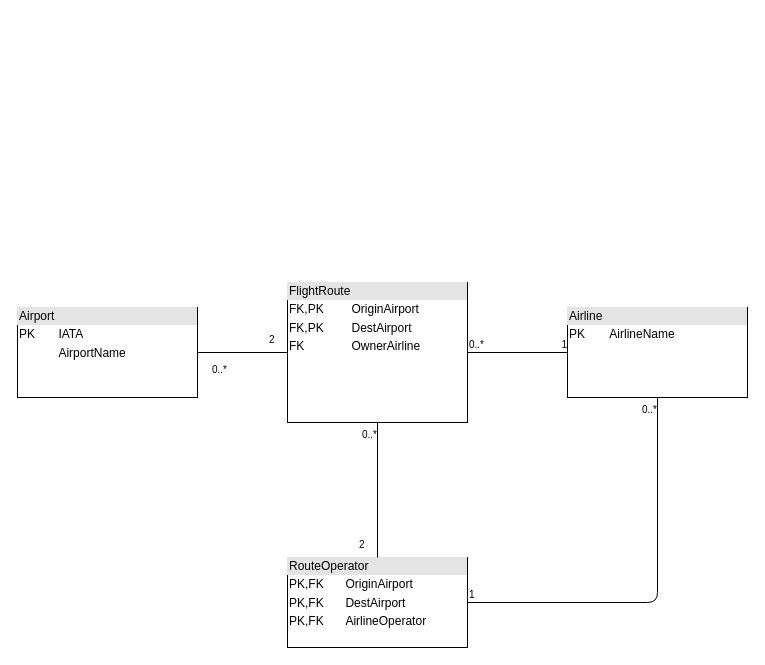
Earlier version of the draw.io diagram CopenhagenAirport.drawio (mart610k/CopenhagenAirport). Source tidied: cells renumbered, new cells numbered last; positions are measured from the earlier drawing's top-left corner, leaving out a move shared by most shapes. Both pictures are drawn from the tidied source at 100%, with x=0, y=0 at pixel (17, 282).
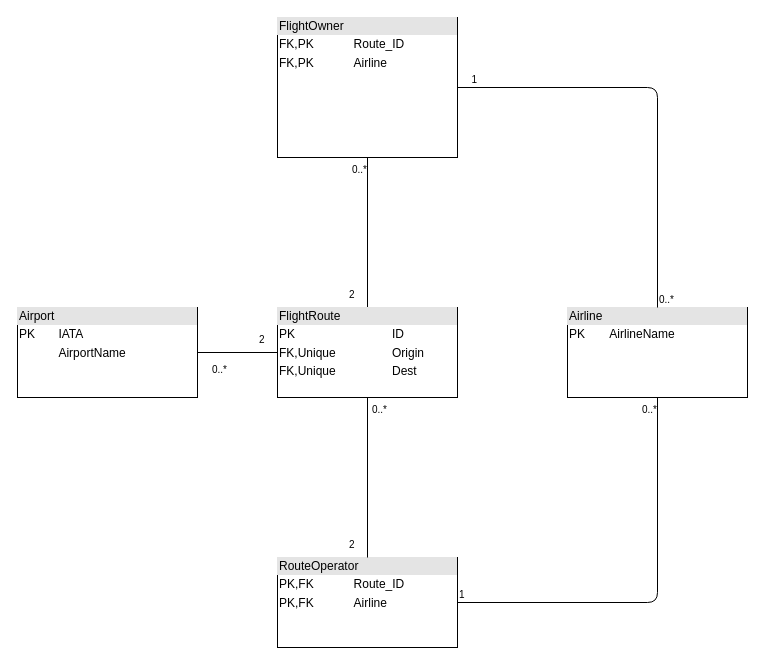
Above is the later version.

Commit message:
Updated Diagram for Database

The change refers to these unchanged cells:
```xml
<mxCell id="2" value="&lt;div style=&quot;box-sizing: border-box ; width: 100% ; background: #e4e4e4 ; padding: 2px&quot;&gt;Airport&lt;/div&gt;&lt;table style=&quot;width: 100% ; font-size: 1em&quot; cellpadding=&quot;2&quot; cellspacing=&quot;0&quot;&gt;&lt;tbody&gt;&lt;tr&gt;&lt;td&gt;PK&lt;/td&gt;&lt;td&gt;IATA&lt;/td&gt;&lt;/tr&gt;&lt;tr&gt;&lt;td&gt;&lt;/td&gt;&lt;td&gt;AirportName&lt;/td&gt;&lt;/tr&gt;&lt;/tbody&gt;&lt;/table&gt;" style="verticalAlign=top;align=left;overflow=fill;html=1;" parent="1" vertex="1">
  <mxGeometry y="25" width="180" height="90" as="geometry" />
</mxCell>
<mxCell id="3" value="&lt;div style=&quot;box-sizing: border-box ; width: 100% ; background: #e4e4e4 ; padding: 2px&quot;&gt;Airline&lt;/div&gt;&lt;table style=&quot;width: 100% ; font-size: 1em&quot; cellpadding=&quot;2&quot; cellspacing=&quot;0&quot;&gt;&lt;tbody&gt;&lt;tr&gt;&lt;td&gt;PK&lt;/td&gt;&lt;td&gt;AirlineName&lt;/td&gt;&lt;/tr&gt;&lt;/tbody&gt;&lt;/table&gt;" style="verticalAlign=top;align=left;overflow=fill;html=1;" parent="1" vertex="1">
  <mxGeometry x="550" y="25" width="180" height="90" as="geometry" />
</mxCell>
```

Change to the diagram source:
```diff
@@
-    <mxCell id="4" value="&lt;div style=&quot;box-sizing: border-box ; width: 100% ; background: #e4e4e4 ; padding: 2px&quot;&gt;FlightRoute&lt;/div&gt;&lt;table style=&quot;width: 100% ; font-size: 1em&quot; cellpadding=&quot;2&quot; cellspacing=&quot;0&quot;&gt;&lt;tbody&gt;&lt;tr&gt;&lt;td&gt;FK,PK&lt;/td&gt;&lt;td&gt;OriginAirport&lt;/td&gt;&lt;/tr&gt;&lt;tr&gt;&lt;td&gt;FK,PK&lt;/td&gt;&lt;td&gt;DestAirport&lt;/td&gt;&lt;/tr&gt;&lt;tr&gt;&lt;td&gt;FK&lt;/td&gt;&lt;td&gt;OwnerAirline&lt;/td&gt;&lt;/tr&gt;&lt;/tbody&gt;&lt;/table&gt;" style="verticalAlign=top;align=left;overflow=fill;html=1;" parent="1" vertex="1">
-      <mxGeometry x="270" width="180" height="140" as="geometry" />
+    <mxCell id="4" value="&lt;div style=&quot;box-sizing: border-box ; width: 100% ; background: #e4e4e4 ; padding: 2px&quot;&gt;FlightOwner&lt;/div&gt;&lt;table style=&quot;width: 100% ; font-size: 1em&quot; cellpadding=&quot;2&quot; cellspacing=&quot;0&quot;&gt;&lt;tbody&gt;&lt;tr&gt;&lt;td&gt;FK,PK&lt;/td&gt;&lt;td&gt;Route_ID&lt;/td&gt;&lt;/tr&gt;&lt;tr&gt;&lt;td&gt;FK,PK&lt;/td&gt;&lt;td&gt;Airline&lt;/td&gt;&lt;/tr&gt;&lt;/tbody&gt;&lt;/table&gt;" style="verticalAlign=top;align=left;overflow=fill;html=1;" parent="1" vertex="1">
+      <mxGeometry x="260" y="-265" width="180" height="140" as="geometry" />
     </mxCell>
-    <mxCell id="5" style="endArrow=none;html=1;edgeStyle=orthogonalEdgeStyle;entryX=0;entryY=0.5;entryDx=0;entryDy=0;exitX=1;exitY=0.5;exitDx=0;exitDy=0;" parent="1" edge="1" source="4" target="3">
+    <mxCell id="5" style="endArrow=none;html=1;edgeStyle=orthogonalEdgeStyle;entryX=0.5;entryY=0;entryDx=0;entryDy=0;exitX=1;exitY=0.5;exitDx=0;exitDy=0;" parent="1" edge="1" source="4" target="3">
       <mxGeometry relative="1" as="geometry" />
     </mxCell>
     <mxCell id="6" value="0..*" style="html=1;align=left;verticalAlign=bottom;labelBackgroundColor=#ffffff;fontSize=10;" parent="5" vertex="1">
-      <mxGeometry x="-1" relative="1" as="geometry" />
+      <mxGeometry x="-1" relative="1" as="geometry">
+        <mxPoint x="200" y="220" as="offset" />
+      </mxGeometry>
     </mxCell>
     <mxCell id="7" value="1" style="html=1;align=right;verticalAlign=bottom;labelBackgroundColor=#ffffff;fontSize=10;" parent="5" vertex="1">
-      <mxGeometry x="1" relative="1" as="geometry" />
+      <mxGeometry x="1" relative="1" as="geometry">
+        <mxPoint x="-180" y="-220" as="offset" />
+      </mxGeometry>
     </mxCell>
-    <mxCell id="8" value="&lt;div style=&quot;box-sizing: border-box ; width: 100% ; background: #e4e4e4 ; padding: 2px&quot;&gt;RouteOperator&lt;/div&gt;&lt;table style=&quot;width: 100% ; font-size: 1em&quot; cellpadding=&quot;2&quot; cellspacing=&quot;0&quot;&gt;&lt;tbody&gt;&lt;tr&gt;&lt;td&gt;PK,FK&lt;/td&gt;&lt;td&gt;OriginAirport&lt;/td&gt;&lt;/tr&gt;&lt;tr&gt;&lt;td&gt;PK,FK&lt;/td&gt;&lt;td&gt;DestAirport&lt;/td&gt;&lt;/tr&gt;&lt;tr&gt;&lt;td&gt;PK,FK&lt;/td&gt;&lt;td&gt;AirlineOperator&lt;br&gt;&lt;/td&gt;&lt;/tr&gt;&lt;/tbody&gt;&lt;/table&gt;" style="verticalAlign=top;align=left;overflow=fill;html=1;" parent="1" vertex="1">
-      <mxGeometry x="270" y="275" width="180" height="90" as="geometry" />
+    <mxCell id="8" value="&lt;div style=&quot;box-sizing: border-box ; width: 100% ; background: #e4e4e4 ; padding: 2px&quot;&gt;RouteOperator&lt;/div&gt;&lt;table style=&quot;width: 100% ; font-size: 1em&quot; cellpadding=&quot;2&quot; cellspacing=&quot;0&quot;&gt;&lt;tbody&gt;&lt;tr&gt;&lt;td&gt;PK,FK&lt;/td&gt;&lt;td&gt;Route_ID&lt;/td&gt;&lt;/tr&gt;&lt;tr&gt;&lt;td&gt;PK,FK&lt;/td&gt;&lt;td&gt;Airline&lt;/td&gt;&lt;/tr&gt;&lt;/tbody&gt;&lt;/table&gt;" style="verticalAlign=top;align=left;overflow=fill;html=1;" parent="1" vertex="1">
+      <mxGeometry x="260" y="275" width="180" height="90" as="geometry" />
     </mxCell>
-    <mxCell id="9" style="endArrow=none;html=1;edgeStyle=orthogonalEdgeStyle;entryX=0.5;entryY=1;entryDx=0;entryDy=0;exitX=0.5;exitY=0;exitDx=0;exitDy=0;" parent="1" edge="1" source="8" target="4">
+    <mxCell id="9" style="endArrow=none;html=1;edgeStyle=orthogonalEdgeStyle;entryX=0.5;entryY=1;entryDx=0;entryDy=0;exitX=0.5;exitY=0;exitDx=0;exitDy=0;" parent="1" edge="1" source="18" target="4">
       <mxGeometry relative="1" as="geometry" />
     </mxCell>
@@
-    <mxCell id="15" style="endArrow=none;html=1;edgeStyle=orthogonalEdgeStyle;entryX=1;entryY=0.5;entryDx=0;entryDy=0;exitX=0;exitY=0.5;exitDx=0;exitDy=0;" parent="1" edge="1" source="4" target="2">
+    <mxCell id="15" style="endArrow=none;html=1;edgeStyle=orthogonalEdgeStyle;entryX=1;entryY=0.5;entryDx=0;entryDy=0;exitX=0;exitY=0.5;exitDx=0;exitDy=0;" parent="1" edge="1" source="18" target="2">
       <mxGeometry relative="1" as="geometry" />
     </mxCell>
@@
+    <mxCell id="18" value="&lt;div style=&quot;box-sizing: border-box ; width: 100% ; background: #e4e4e4 ; padding: 2px&quot;&gt;FlightRoute&lt;/div&gt;&lt;table style=&quot;width: 100% ; font-size: 1em&quot; cellpadding=&quot;2&quot; cellspacing=&quot;0&quot;&gt;&lt;tbody&gt;&lt;tr&gt;&lt;td&gt;PK&lt;/td&gt;&lt;td&gt;ID&lt;/td&gt;&lt;/tr&gt;&lt;tr&gt;&lt;td&gt;FK,Unique&lt;/td&gt;&lt;td&gt;Origin&lt;br&gt;&lt;/td&gt;&lt;/tr&gt;&lt;tr&gt;&lt;td&gt;FK,Unique&lt;/td&gt;&lt;td&gt;Dest&lt;br&gt;&lt;/td&gt;&lt;/tr&gt;&lt;/tbody&gt;&lt;/table&gt;" style="verticalAlign=top;align=left;overflow=fill;html=1;" parent="1" vertex="1">
+      <mxGeometry x="260" y="25" width="180" height="90" as="geometry" />
+    </mxCell>
+    <mxCell id="19" style="endArrow=none;html=1;edgeStyle=orthogonalEdgeStyle;entryX=0.5;entryY=1;entryDx=0;entryDy=0;exitX=0.5;exitY=0;exitDx=0;exitDy=0;" parent="1" edge="1" source="8" target="18">
+      <mxGeometry relative="1" as="geometry" />
+    </mxCell>
+    <mxCell id="20" value="2" style="html=1;align=left;verticalAlign=bottom;labelBackgroundColor=#ffffff;fontSize=10;" parent="19" vertex="1">
+      <mxGeometry x="-1" relative="1" as="geometry">
+        <mxPoint x="-20" y="-5" as="offset" />
+      </mxGeometry>
+    </mxCell>
+    <mxCell id="21" value="0..*" style="html=1;align=right;verticalAlign=bottom;labelBackgroundColor=#ffffff;fontSize=10;" parent="19" vertex="1">
+      <mxGeometry x="1" relative="1" as="geometry">
+        <mxPoint x="20" y="20" as="offset" />
+      </mxGeometry>
+    </mxCell>
+    <mxCell id="22" style="edgeStyle=entityRelationEdgeStyle;fontSize=12;html=1;endArrow=ERmany;entryX=0.5;entryY=1;entryDx=0;entryDy=0;exitX=0.5;exitY=0;exitDx=0;exitDy=0;strokeColor=none;" parent="1" edge="1" source="8" target="18">
+      <mxGeometry relative="1" as="geometry" />
+    </mxCell>
```
